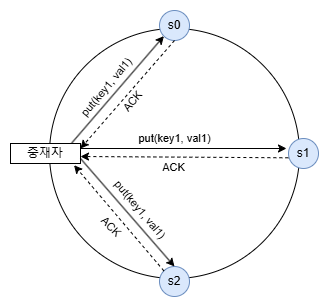
The draw.io diagram drawio/저장소-데이터-일관성.drawio.png in aquaheyday/System-Design-Hub, before a commit. Source tidied: cells renumbered, new cells last; positions are measured from the earlier drawing's top-left corner, leaving out a move shared by most shapes.
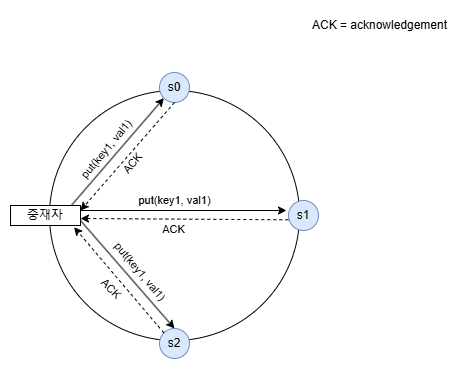
After the change.

Commit message:
저장소-데이터-일관성.drawio.png이 추가되었습니다.

What changed in the source:
```diff
@@ -69,5 +69,8 @@
         <mxPoint x="-8" y="6" as="offset" />
       </mxGeometry>
     </mxCell>
+    <mxCell id="19" value="ACK = acknowledgement" style="text;html=1;align=center;verticalAlign=middle;strokeColor=none;fillColor=none;" parent="1" vertex="1">
+      <mxGeometry x="289" y="-62" width="160" height="30" as="geometry" />
+    </mxCell>
   </root>
 </mxGraphModel>
```
